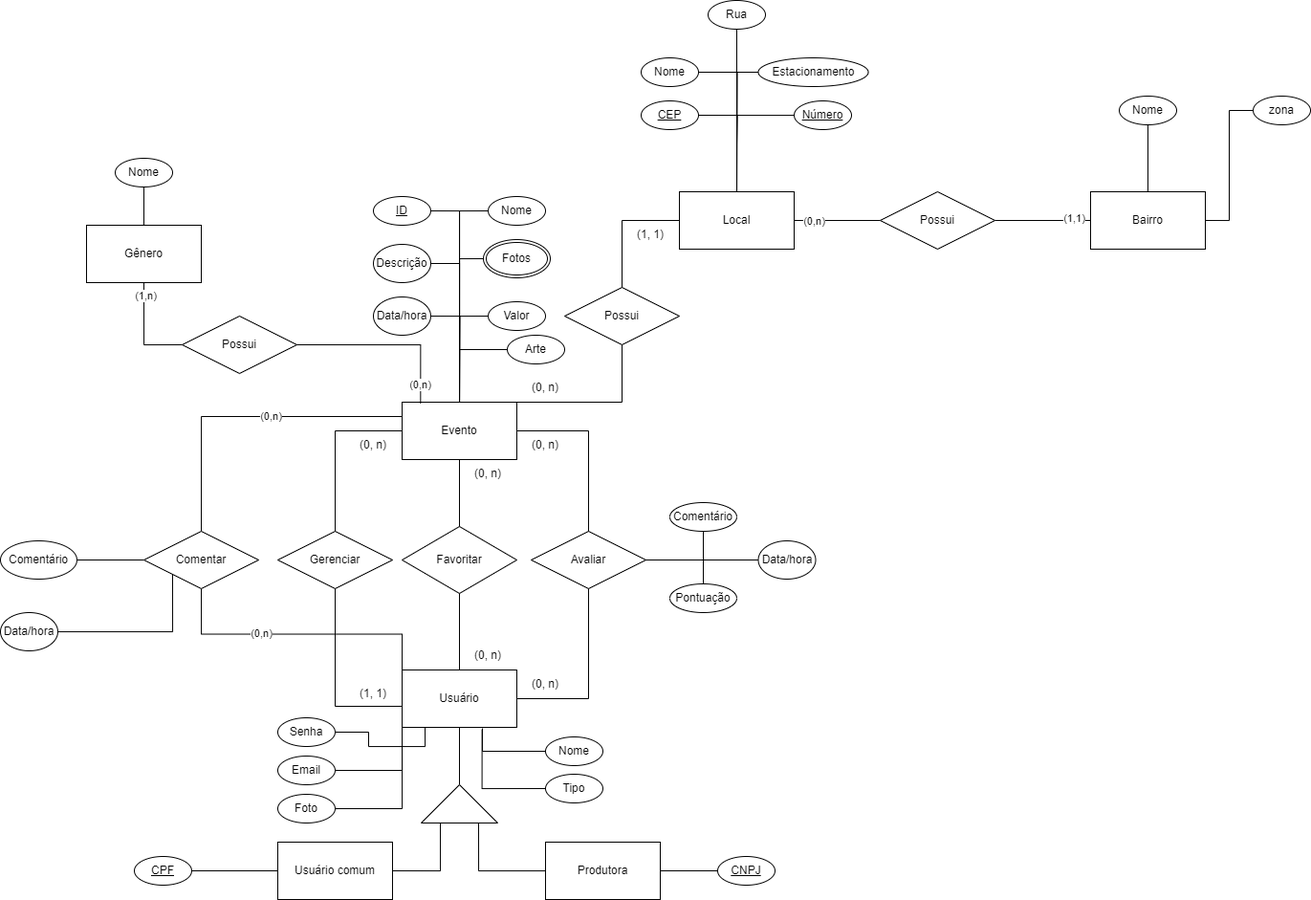
Above: doc/der/Diagrama_ER_Vumbora.png in gigigabytes/vumbora_ (draw.io), before the change. Source tidied: cells renumbered, new cells last; positions are measured from the earlier drawing's top-left corner, leaving out a move shared by most shapes.
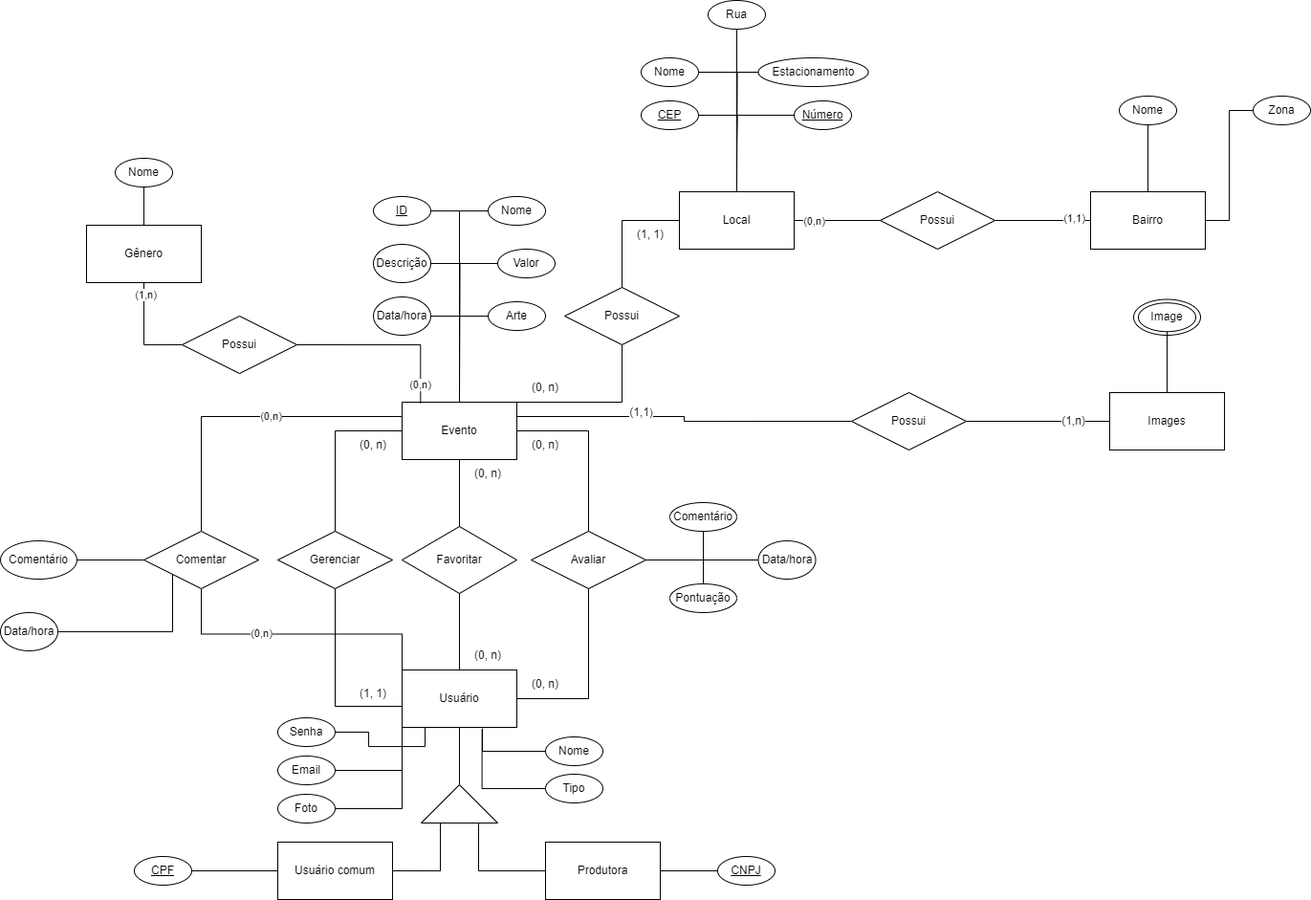
The same file after the commit.

Commit message:
atualização dos diagramas com a entidade images

What changed in the source:
```diff
@@ -2,6 +2,9 @@
   <root>
     <mxCell id="0" />
     <mxCell id="1" parent="0" />
+    <mxCell id="102" style="ellipse;whiteSpace=wrap;html=1;" parent="1" vertex="1">
+      <mxGeometry x="1185" y="312.5" width="70" height="37.5" as="geometry" />
+    </mxCell>
     <mxCell id="2" value="Favoritar&lt;br&gt;" style="shape=rhombus;perimeter=rhombusPerimeter;whiteSpace=wrap;html=1;align=center;" parent="1" vertex="1">
       <mxGeometry x="420" y="550" width="120" height="70" as="geometry" />
     </mxCell>
@@ -22,6 +25,14 @@
         <mxPoint x="-1" as="offset" />
       </mxGeometry>
     </mxCell>
+    <mxCell id="103" style="edgeStyle=orthogonalEdgeStyle;rounded=0;jettySize=auto;html=1;exitX=1;exitY=0.25;exitDx=0;exitDy=0;endArrow=none;endFill=0;entryX=0;entryY=0.5;entryDx=0;entryDy=0;" parent="1" edge="1" source="8" target="105">
+      <mxGeometry relative="1" as="geometry" />
+    </mxCell>
+    <mxCell id="104" value="&lt;font style=&quot;font-size: 12px;&quot;&gt;(1,1&lt;/font&gt;)" style="edgeLabel;html=1;align=center;verticalAlign=middle;" parent="103" vertex="1">
+      <mxGeometry x="-0.26" y="2" relative="1" as="geometry">
+        <mxPoint x="-2" y="-3" as="offset" />
+      </mxGeometry>
+    </mxCell>
     <mxCell id="8" value="Evento&lt;br&gt;" style="rounded=0;whiteSpace=wrap;html=1;" parent="1" vertex="1">
       <mxGeometry x="420" y="420" width="120" height="60" as="geometry" />
     </mxCell>
@@ -191,14 +202,8 @@
       </mxGeometry>
     </mxCell>
     <mxCell id="53" value="Valor" style="ellipse;whiteSpace=wrap;html=1;" parent="1" vertex="1">
-      <mxGeometry x="510" y="315" width="60" height="30" as="geometry" />
+      <mxGeometry x="520" y="260" width="60" height="30" as="geometry" />
     </mxCell>
-    <mxCell id="54" style="edgeStyle=orthogonalEdgeStyle;shape=connector;rounded=0;jettySize=auto;html=1;exitX=0;exitY=0.5;exitDx=0;exitDy=0;entryX=0.5;entryY=0;entryDx=0;entryDy=0;labelBackgroundColor=default;strokeColor=default;align=center;verticalAlign=middle;fontFamily=Helvetica;fontSize=11;fontColor=default;endArrow=none;endFill=0;" parent="1" edge="1" source="55" target="8">
-      <mxGeometry relative="1" as="geometry" />
-    </mxCell>
-    <mxCell id="55" value="Fotos" style="ellipse;shape=doubleEllipse;margin=3;whiteSpace=wrap;html=1;align=center;" parent="1" vertex="1">
-      <mxGeometry x="505" y="250" width="70" height="40" as="geometry" />
-    </mxCell>
     <mxCell id="56" style="edgeStyle=orthogonalEdgeStyle;shape=connector;rounded=0;jettySize=auto;html=1;entryX=0.5;entryY=0;entryDx=0;entryDy=0;labelBackgroundColor=default;strokeColor=default;align=center;verticalAlign=middle;fontFamily=Helvetica;fontSize=11;fontColor=default;endArrow=none;endFill=0;" parent="1" edge="1" source="57" target="33">
       <mxGeometry relative="1" as="geometry" />
     </mxCell>
@@ -208,7 +213,7 @@
     <mxCell id="58" style="edgeStyle=orthogonalEdgeStyle;rounded=0;jettySize=auto;html=1;entryX=1;entryY=0.5;entryDx=0;entryDy=0;endArrow=none;endFill=0;" parent="1" edge="1" source="59" target="82">
       <mxGeometry relative="1" as="geometry" />
     </mxCell>
-    <mxCell id="59" value="zona" style="ellipse;whiteSpace=wrap;html=1;" parent="1" vertex="1">
+    <mxCell id="59" value="Zona" style="ellipse;whiteSpace=wrap;html=1;" parent="1" vertex="1">
       <mxGeometry x="1310" y="100" width="60" height="30" as="geometry" />
     </mxCell>
     <mxCell id="60" style="edgeStyle=orthogonalEdgeStyle;shape=connector;rounded=0;jettySize=auto;html=1;labelBackgroundColor=default;strokeColor=default;align=center;verticalAlign=middle;fontFamily=Helvetica;fontSize=11;fontColor=default;endArrow=none;endFill=0;" parent="1" edge="1" source="61">
@@ -258,7 +263,7 @@
       <mxGeometry relative="1" as="geometry" />
     </mxCell>
     <mxCell id="74" value="Arte" style="ellipse;whiteSpace=wrap;html=1;" parent="1" vertex="1">
-      <mxGeometry x="530" y="350" width="60" height="30" as="geometry" />
+      <mxGeometry x="510" y="315" width="60" height="30" as="geometry" />
     </mxCell>
     <mxCell id="75" style="edgeStyle=orthogonalEdgeStyle;shape=connector;rounded=0;jettySize=auto;html=1;exitX=0;exitY=0.5;exitDx=0;exitDy=0;entryX=1;entryY=0.5;entryDx=0;entryDy=0;labelBackgroundColor=default;strokeColor=default;align=center;verticalAlign=middle;fontFamily=Helvetica;fontSize=11;fontColor=default;endArrow=none;endFill=0;" parent="1" edge="1" source="76" target="17">
       <mxGeometry relative="1" as="geometry" />
@@ -345,5 +350,23 @@
     <mxCell id="101" value="&lt;u&gt;CEP&lt;br&gt;&lt;/u&gt;" style="ellipse;whiteSpace=wrap;html=1;" parent="1" vertex="1">
       <mxGeometry x="670" y="105" width="60" height="30" as="geometry" />
     </mxCell>
+    <mxCell id="105" value="Possui" style="shape=rhombus;perimeter=rhombusPerimeter;whiteSpace=wrap;html=1;align=center;" parent="1" vertex="1">
+      <mxGeometry x="890" y="410" width="120" height="60" as="geometry" />
+    </mxCell>
+    <mxCell id="106" style="edgeStyle=orthogonalEdgeStyle;rounded=0;jettySize=auto;html=1;exitX=0;exitY=0.5;exitDx=0;exitDy=0;entryX=1;entryY=0.5;entryDx=0;entryDy=0;endArrow=none;endFill=0;" parent="1" edge="1" source="108" target="105">
+      <mxGeometry relative="1" as="geometry" />
+    </mxCell>
+    <mxCell id="107" value="&lt;font style=&quot;font-size: 12px;&quot;&gt;(1,n)&lt;/font&gt;" style="edgeLabel;html=1;align=center;verticalAlign=middle;" parent="106" vertex="1">
+      <mxGeometry x="-0.48" y="-1" relative="1" as="geometry" />
+    </mxCell>
+    <mxCell id="108" value="Images&lt;br&gt;" style="whiteSpace=wrap;html=1;" parent="1" vertex="1">
+      <mxGeometry x="1160" y="410" width="120" height="60" as="geometry" />
+    </mxCell>
+    <mxCell id="109" style="edgeStyle=orthogonalEdgeStyle;rounded=0;jettySize=auto;html=1;exitX=0.5;exitY=1;exitDx=0;exitDy=0;entryX=0.5;entryY=0;entryDx=0;entryDy=0;endArrow=none;endFill=0;" parent="1" edge="1" source="110" target="108">
+      <mxGeometry relative="1" as="geometry" />
+    </mxCell>
+    <mxCell id="110" value="Image" style="ellipse;whiteSpace=wrap;html=1;" parent="1" vertex="1">
+      <mxGeometry x="1190" y="316.2" width="60" height="30" as="geometry" />
+    </mxCell>
   </root>
 </mxGraphModel>
```
